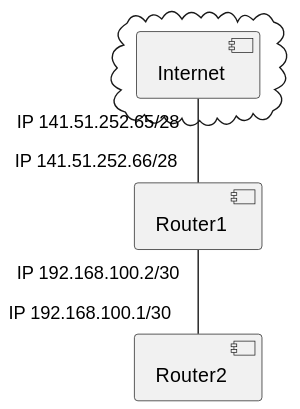
Before: out/HeitelNetzwerk/Scnellfahr/Scnellfahr.svg, a diagram exported from PlantUML (Martin1088/Plantuml-With-Screenreader).
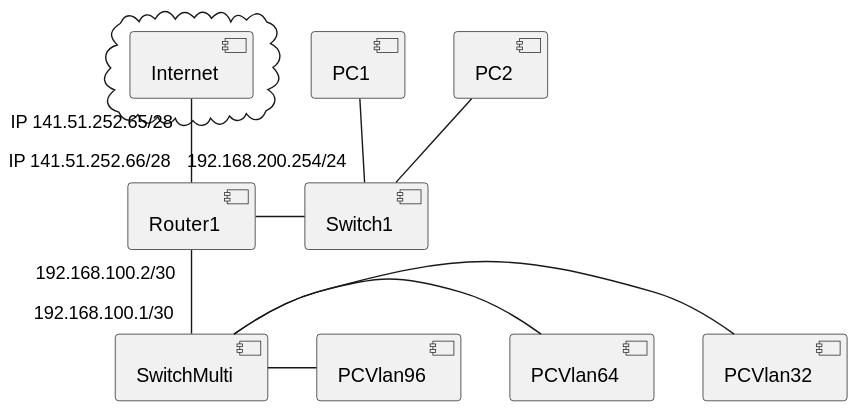
The same diagram one commit later.

What changed in the source:
```diff
@@ -3,9 +3,24 @@
 cloud {
     [Internet]
 }
-[Router2]
+[Switch1]
+[SwitchMulti]
+[PC1]
+[PC2]
+[PCVlan32]
+[PCVlan64]
+[PCVlan96]
+
 
 [Internet] "IP 141.51.252.65/28" -- "IP 141.51.252.66/28" [Router1]
-[Router1] "IP 192.168.100.2/30" -- "IP 192.168.100.1/30 " [Router2]
+[Router1] "192.168.100.2/30" -- "192.168.100.1/30" [SwitchMulti]
+[SwitchMulti] - [PCVlan32]
+[SwitchMulti] - [PCVlan64]
+[SwitchMulti] - [PCVlan96]
+
+
+[Router1] "192.168.200.254/24" - [Switch1]
+[PC1] -- [Switch1]
+[PC2] -- [Switch1]
 
 @enduml
```
